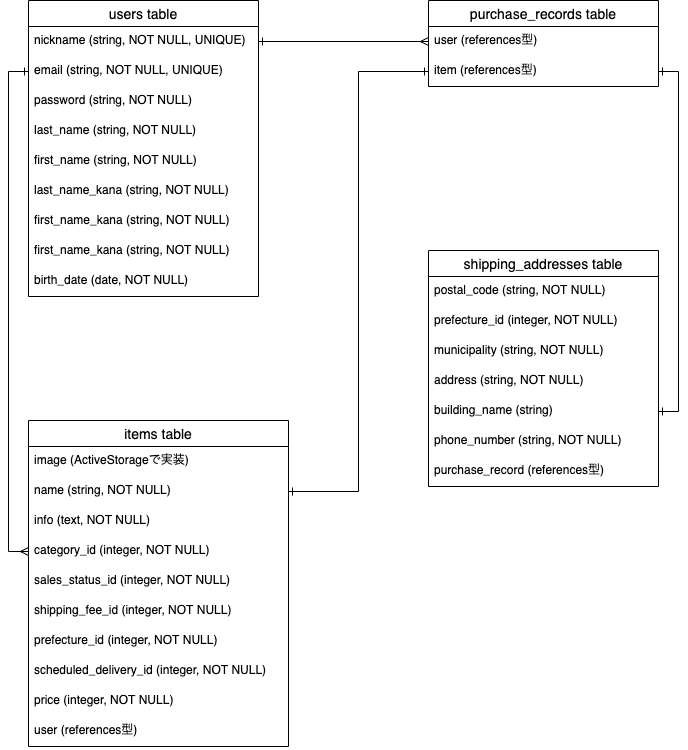
The draw.io diagram furima-31741.drawio.png in KeiIchi-74/furima-31741, before a commit. Source tidied: cells renumbered, new cells last; positions are measured from the earlier drawing's top-left corner, leaving out a move shared by most shapes.
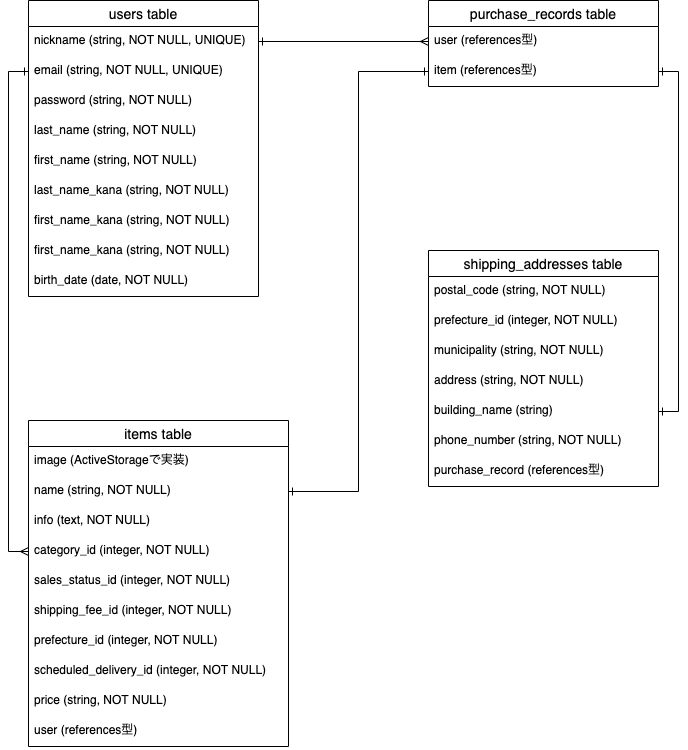
The same diagram one commit later.

Commit message:
modification items table about price

Diff of the diagram source:
```diff
@@ -74,7 +74,7 @@
     <mxCell id="25" value="scheduled_delivery_id (integer, NOT NULL)" style="text;strokeColor=none;fillColor=none;spacingLeft=4;spacingRight=4;overflow=hidden;fontSize=12;" parent="17" vertex="1">
       <mxGeometry y="236" width="260" height="30" as="geometry" />
     </mxCell>
-    <mxCell id="26" value="price (integer, NOT NULL)" style="text;strokeColor=none;fillColor=none;spacingLeft=4;spacingRight=4;overflow=hidden;fontSize=12;" parent="17" vertex="1">
+    <mxCell id="26" value="price (string, NOT NULL)" style="text;strokeColor=none;fillColor=none;spacingLeft=4;spacingRight=4;overflow=hidden;fontSize=12;" parent="17" vertex="1">
       <mxGeometry y="266" width="260" height="30" as="geometry" />
     </mxCell>
     <mxCell id="27" value="user (references型)" style="text;strokeColor=none;fillColor=none;spacingLeft=4;spacingRight=4;overflow=hidden;fontSize=12;" parent="17" vertex="1">
```
